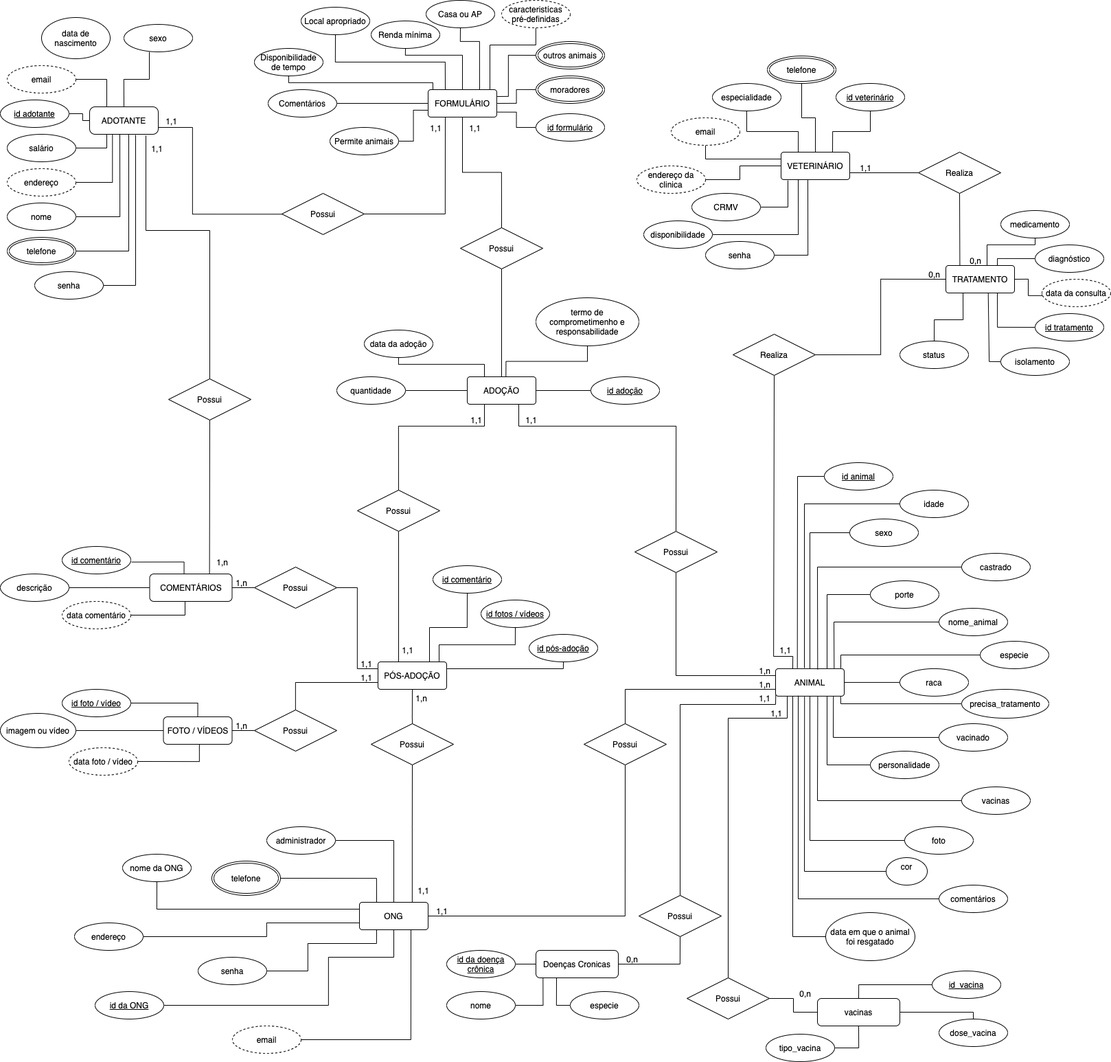
The draw.io diagram img/der.png in ICEI-PUC-Minas-PMV-SI/pmv-si-2021-2-e2-proj-bpm-t1-adocao_animal, before a commit. Source tidied: cells renumbered, new cells last; positions are measured from the earlier drawing's top-left corner, leaving out a move shared by most shapes.
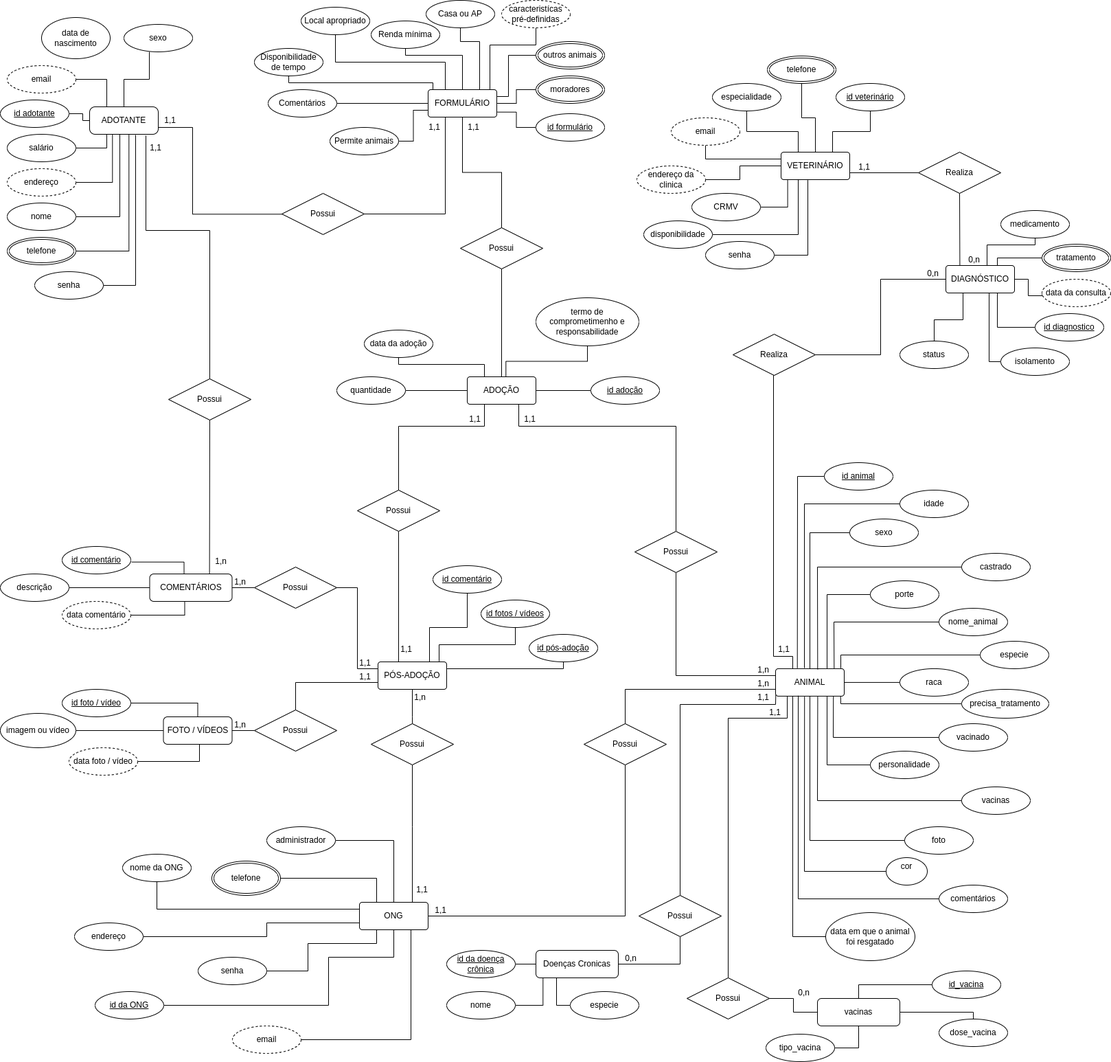
The same file after the commit.

Change to the diagram source:
```diff
@@ -417,10 +417,10 @@
         </Array>
       </mxGeometry>
     </mxCell>
-    <mxCell id="102" style="edgeStyle=orthogonalEdgeStyle;rounded=0;jettySize=auto;html=1;exitX=0.75;exitY=0;exitDx=0;exitDy=0;entryX=0;entryY=0.5;entryDx=0;entryDy=0;startArrow=none;startFill=0;endArrow=none;endFill=0;strokeColor=default;" parent="1" edge="1" source="104" target="105">
+    <mxCell id="102" style="edgeStyle=orthogonalEdgeStyle;rounded=0;jettySize=auto;html=1;exitX=0.75;exitY=0;exitDx=0;exitDy=0;entryX=0;entryY=0.5;entryDx=0;entryDy=0;startArrow=none;startFill=0;endArrow=none;endFill=0;strokeColor=default;" parent="1" edge="1" source="104" target="228">
       <mxGeometry relative="1" as="geometry">
         <Array as="points">
-          <mxPoint x="1452" y="376" />
+          <mxPoint x="1452" y="375" />
         </Array>
       </mxGeometry>
     </mxCell>
@@ -433,12 +433,9 @@
         </Array>
       </mxGeometry>
     </mxCell>
-    <mxCell id="104" value="TRATAMENTO" style="rounded=1;arcSize=10;whiteSpace=wrap;html=1;align=center;" parent="1" vertex="1">
+    <mxCell id="104" value="DIAGNÓSTICO" style="rounded=1;arcSize=10;whiteSpace=wrap;html=1;align=center;" parent="1" vertex="1">
       <mxGeometry x="1377" y="386" width="100" height="40" as="geometry" />
     </mxCell>
-    <mxCell id="105" value="diagnóstico" style="ellipse;whiteSpace=wrap;html=1;align=center;" parent="1" vertex="1">
-      <mxGeometry x="1507" y="356" width="100" height="40" as="geometry" />
-    </mxCell>
     <mxCell id="106" value="medicamento" style="ellipse;whiteSpace=wrap;html=1;align=center;" parent="1" vertex="1">
       <mxGeometry x="1457" y="306" width="100" height="40" as="geometry" />
     </mxCell>
@@ -473,7 +470,7 @@
         </Array>
       </mxGeometry>
     </mxCell>
-    <mxCell id="114" value="id tratamento" style="ellipse;whiteSpace=wrap;html=1;align=center;fontStyle=4;" parent="1" vertex="1">
+    <mxCell id="114" value="id diagnostico" style="ellipse;whiteSpace=wrap;html=1;align=center;fontStyle=4;" parent="1" vertex="1">
       <mxGeometry x="1507" y="456" width="100" height="40" as="geometry" />
     </mxCell>
     <mxCell id="115" style="edgeStyle=orthogonalEdgeStyle;rounded=0;jettySize=auto;html=1;exitX=1;exitY=0.5;exitDx=0;exitDy=0;entryX=0;entryY=0.5;entryDx=0;entryDy=0;startArrow=none;startFill=0;endArrow=none;endFill=0;strokeColor=default;" parent="1" edge="1" source="117" target="104">
@@ -976,5 +973,8 @@
         </Array>
       </mxGeometry>
     </mxCell>
+    <mxCell id="228" value="tratamento" style="ellipse;shape=doubleEllipse;margin=3;whiteSpace=wrap;html=1;align=center;" parent="1" vertex="1">
+      <mxGeometry x="1517" y="355" width="100" height="40" as="geometry" />
+    </mxCell>
   </root>
 </mxGraphModel>
```
